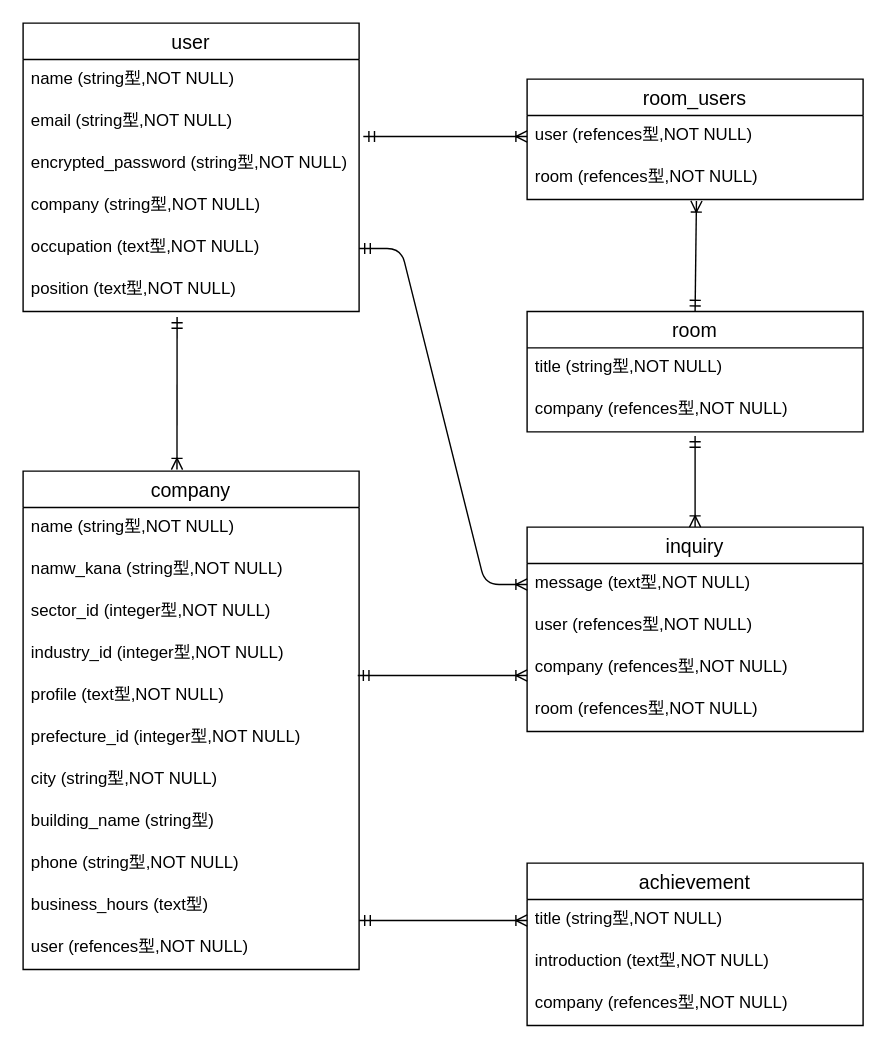
sekikazuya/work_together keeps this draw.io diagram as work_together.dio. Above is the earlier version. Source tidied: cells renumbered, new cells numbered last; positions are measured from the earlier drawing's top-left corner, leaving out a move shared by most shapes. Both pictures are drawn from the tidied source at 140%, with x=0, y=0 at pixel (22, 22).
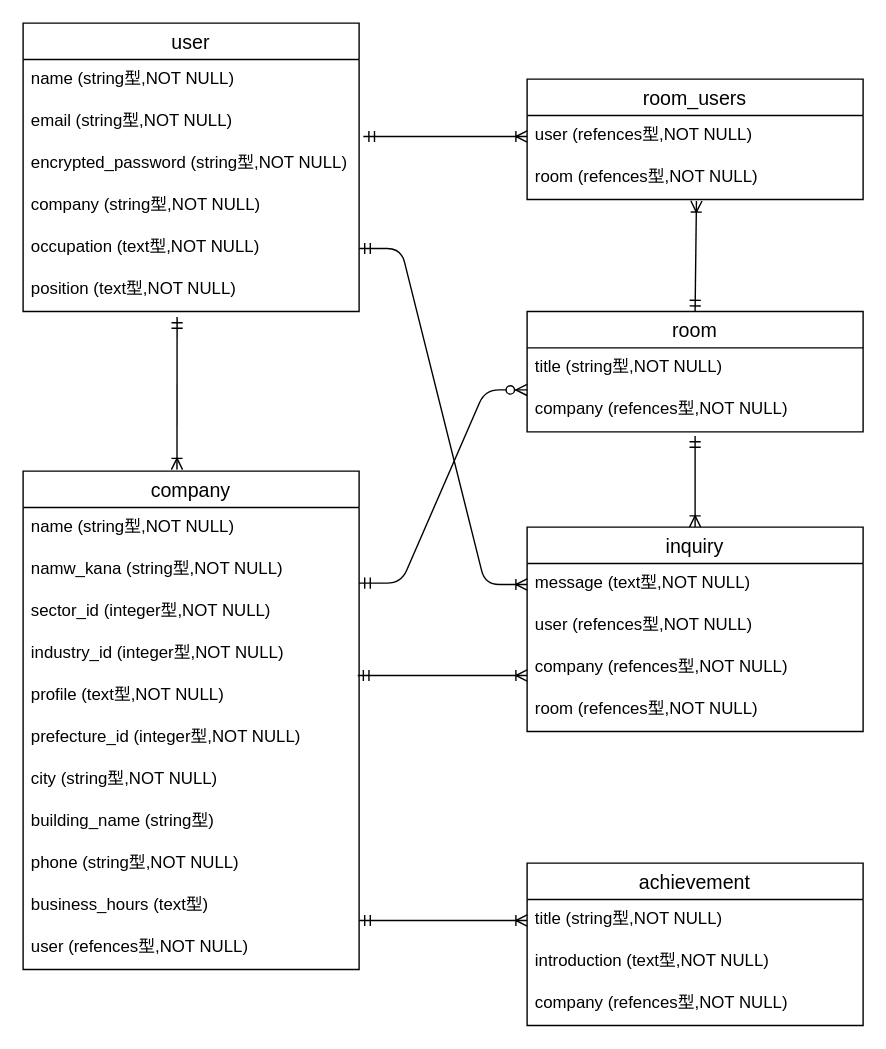
The same diagram, later.

What changed in the source:
```diff
@@
+    <mxCell id="43" style="edgeStyle=entityRelationEdgeStyle;fontSize=12;html=1;endArrow=ERzeroToMany;startArrow=ERmandOne;" parent="1" edge="1">
+      <mxGeometry relative="1" as="geometry">
+        <mxPoint x="240" y="400" as="sourcePoint" />
+        <mxPoint x="360" y="262" as="targetPoint" />
+      </mxGeometry>
+    </mxCell>
```
